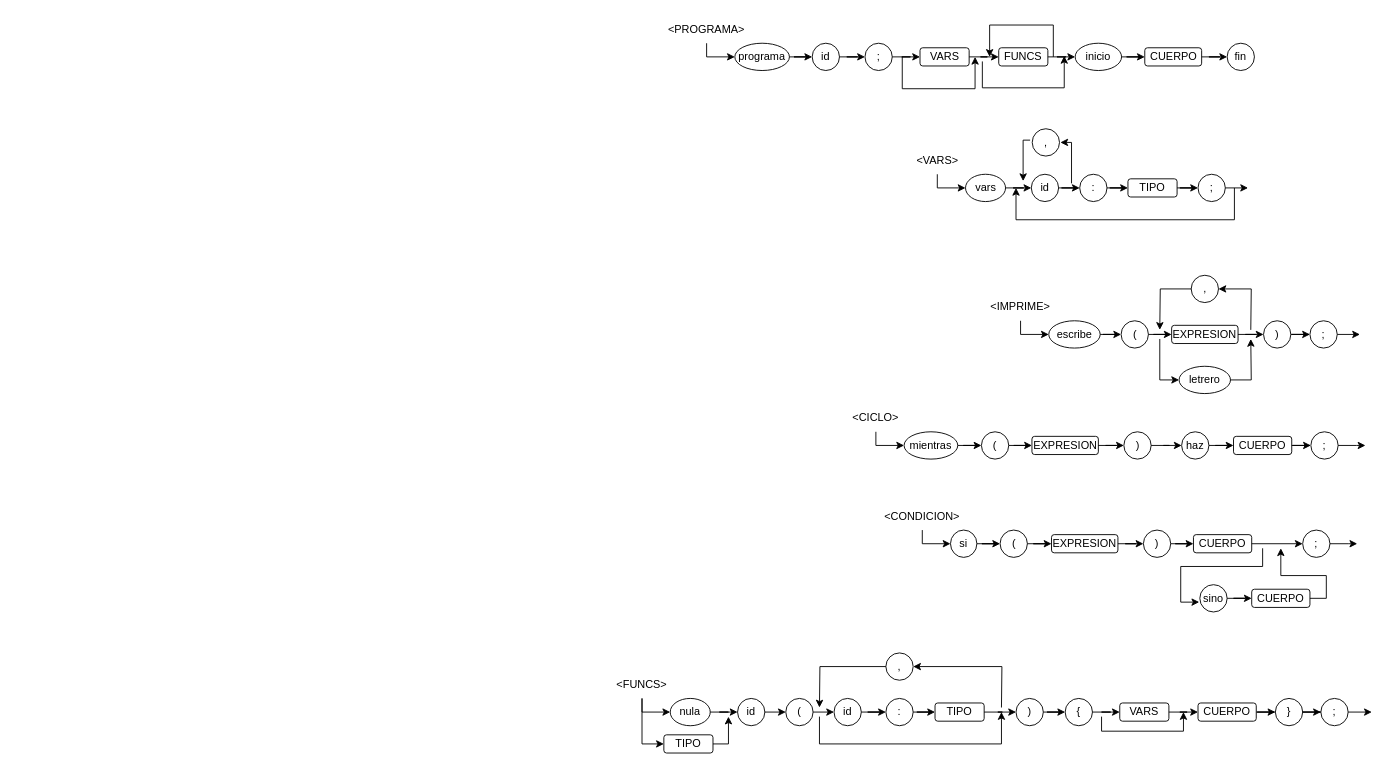
Before: Patito-2/PuntosNeuralgicos.drawio in EduardodeValle/TC3002B.502-Compiladores, a draw.io diagram. Source tidied: cells renumbered, new cells numbered last; positions are measured from the earlier drawing's top-left corner, leaving out a move shared by most shapes. Both pictures are drawn from the tidied source at 91%, with x=0, y=0 at pixel (605, 15).
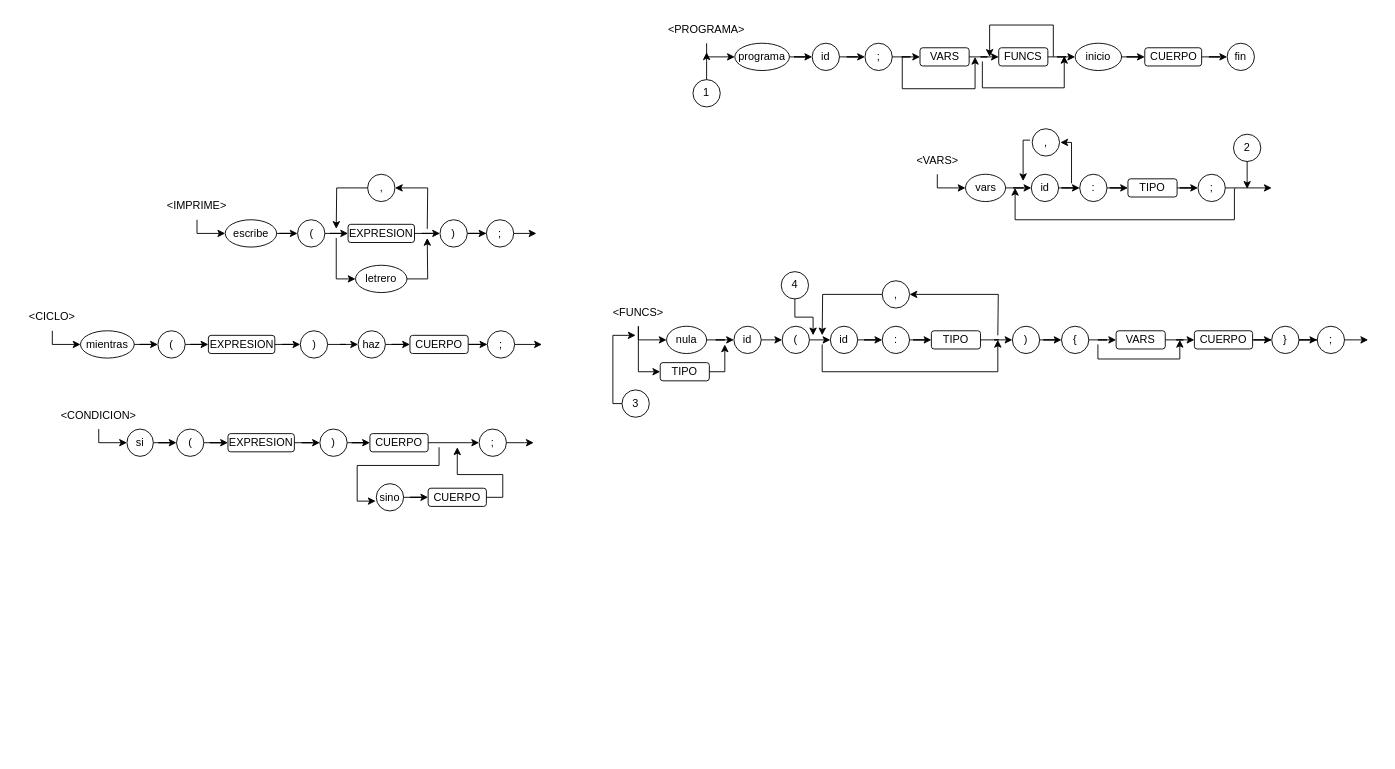
The same diagram, later.

Unchanged cells that the change refers to:
```xml
<mxCell id="102" value=";" style="ellipse;whiteSpace=wrap;html=1;fillColor=none;" parent="1" vertex="1">
  <mxGeometry x="651" y="174" width="30" height="30" as="geometry" />
</mxCell>
```

The edit, as a diff of the source:
```diff
@@
     <mxCell id="3" style="edgeStyle=orthogonalEdgeStyle;rounded=0;jettySize=auto;html=1;entryX=0;entryY=0.5;entryDx=0;entryDy=0;" parent="1" edge="1" source="4" target="8">
       <mxGeometry relative="1" as="geometry">
         <Array as="points">
-          <mxPoint x="40" y="765" />
+          <mxPoint x="36" y="356" />
         </Array>
       </mxGeometry>
     </mxCell>
     <mxCell id="4" value="&amp;lt;FUNCS&amp;gt;" style="rounded=1;whiteSpace=wrap;html=1;fillColor=none;strokeColor=none;" parent="1" vertex="1">
-      <mxGeometry y="720" width="80" height="30" as="geometry" />
+      <mxGeometry x="-4" y="311" width="80" height="30" as="geometry" />
     </mxCell>
     <mxCell id="5" style="edgeStyle=orthogonalEdgeStyle;rounded=0;jettySize=auto;html=1;" parent="1" edge="1" source="6">
       <mxGeometry relative="1" as="geometry">
-        <mxPoint x="135" y="770" as="targetPoint" />
+        <mxPoint x="131" y="361" as="targetPoint" />
         <Array as="points">
-          <mxPoint x="135" y="800" />
-          <mxPoint x="135" y="770" />
+          <mxPoint x="131" y="391" />
+          <mxPoint x="131" y="361" />
         </Array>
       </mxGeometry>
     </mxCell>
     <mxCell id="6" value="TIPO" style="rounded=1;whiteSpace=wrap;html=1;fillColor=none;" parent="1" vertex="1">
-      <mxGeometry x="64" y="790" width="54" height="20" as="geometry" />
+      <mxGeometry x="60" y="381" width="54" height="20" as="geometry" />
     </mxCell>
@@
     <mxCell id="8" value="nula" style="ellipse;whiteSpace=wrap;html=1;fillColor=none;" parent="1" vertex="1">
-      <mxGeometry x="71" y="750" width="44" height="30" as="geometry" />
+      <mxGeometry x="67" y="341" width="44" height="30" as="geometry" />
     </mxCell>
@@
     <mxCell id="10" value="id" style="ellipse;whiteSpace=wrap;html=1;fillColor=none;" parent="1" vertex="1">
-      <mxGeometry x="145" y="750" width="30" height="30" as="geometry" />
+      <mxGeometry x="141" y="341" width="30" height="30" as="geometry" />
     </mxCell>
@@
     <mxCell id="12" style="edgeStyle=orthogonalEdgeStyle;rounded=0;orthogonalLoop=1;jettySize=auto;html=1;" parent="1" edge="1">
       <mxGeometry relative="1" as="geometry">
-        <mxPoint x="235" y="770" as="sourcePoint" />
-        <mxPoint x="435" y="765" as="targetPoint" />
+        <mxPoint x="238" y="361" as="sourcePoint" />
+        <mxPoint x="431" y="356" as="targetPoint" />
         <Array as="points">
-          <mxPoint x="235" y="800" />
-          <mxPoint x="435" y="800" />
+          <mxPoint x="238" y="391" />
+          <mxPoint x="431" y="391" />
         </Array>
       </mxGeometry>
     </mxCell>
     <mxCell id="13" value="(" style="ellipse;whiteSpace=wrap;html=1;fillColor=none;" parent="1" vertex="1">
-      <mxGeometry x="198" y="750" width="30" height="30" as="geometry" />
+      <mxGeometry x="194" y="341" width="30" height="30" as="geometry" />
     </mxCell>
@@
     <mxCell id="15" value="id" style="ellipse;whiteSpace=wrap;html=1;fillColor=none;" parent="1" vertex="1">
-      <mxGeometry x="251" y="750" width="30" height="30" as="geometry" />
+      <mxGeometry x="247" y="341" width="30" height="30" as="geometry" />
     </mxCell>
@@
     <mxCell id="17" value=":" style="ellipse;whiteSpace=wrap;html=1;fillColor=none;" parent="1" vertex="1">
-      <mxGeometry x="308" y="750" width="30" height="30" as="geometry" />
+      <mxGeometry x="304" y="341" width="30" height="30" as="geometry" />
     </mxCell>
@@
     <mxCell id="19" value="TIPO" style="rounded=1;whiteSpace=wrap;html=1;fillColor=none;" parent="1" vertex="1">
-      <mxGeometry x="362" y="755" width="54" height="20" as="geometry" />
+      <mxGeometry x="358" y="346" width="54" height="20" as="geometry" />
     </mxCell>
     <mxCell id="20" style="edgeStyle=orthogonalEdgeStyle;rounded=0;jettySize=auto;html=1;endArrow=none;endFill=0;startArrow=classic;startFill=1;" parent="1" edge="1" source="22">
       <mxGeometry relative="1" as="geometry">
-        <mxPoint x="435" y="760" as="targetPoint" />
+        <mxPoint x="431" y="351" as="targetPoint" />
       </mxGeometry>
     </mxCell>
     <mxCell id="21" style="edgeStyle=orthogonalEdgeStyle;rounded=0;jettySize=auto;html=1;" parent="1" edge="1" source="22">
       <mxGeometry relative="1" as="geometry">
-        <mxPoint x="235" y="760" as="targetPoint" />
+        <mxPoint x="238" y="351" as="targetPoint" />
       </mxGeometry>
     </mxCell>
     <mxCell id="22" value="," style="ellipse;whiteSpace=wrap;html=1;fillColor=none;" parent="1" vertex="1">
-      <mxGeometry x="308" y="700" width="30" height="30" as="geometry" />
+      <mxGeometry x="304" y="291" width="30" height="30" as="geometry" />
     </mxCell>
@@
     <mxCell id="24" value=")" style="ellipse;whiteSpace=wrap;html=1;fillColor=none;" parent="1" vertex="1">
-      <mxGeometry x="451" y="750" width="30" height="30" as="geometry" />
+      <mxGeometry x="447" y="341" width="30" height="30" as="geometry" />
     </mxCell>
@@
     <mxCell id="26" value="{" style="ellipse;whiteSpace=wrap;html=1;fillColor=none;" parent="1" vertex="1">
-      <mxGeometry x="505" y="750" width="30" height="30" as="geometry" />
+      <mxGeometry x="501" y="341" width="30" height="30" as="geometry" />
     </mxCell>
@@
     <mxCell id="28" style="edgeStyle=orthogonalEdgeStyle;rounded=0;orthogonalLoop=1;jettySize=auto;html=1;" parent="1" edge="1">
       <mxGeometry relative="1" as="geometry">
-        <mxPoint x="545" y="770" as="sourcePoint" />
-        <mxPoint x="635" y="765" as="targetPoint" />
+        <mxPoint x="541" y="361" as="sourcePoint" />
+        <mxPoint x="631" y="356" as="targetPoint" />
         <Array as="points">
-          <mxPoint x="545" y="786" />
-          <mxPoint x="635" y="786" />
+          <mxPoint x="541" y="377" />
+          <mxPoint x="631" y="377" />
         </Array>
       </mxGeometry>
     </mxCell>
     <mxCell id="29" value="VARS" style="rounded=1;whiteSpace=wrap;html=1;fillColor=none;" parent="1" vertex="1">
-      <mxGeometry x="565" y="755" width="54" height="20" as="geometry" />
+      <mxGeometry x="561" y="346" width="54" height="20" as="geometry" />
     </mxCell>
@@
     <mxCell id="31" value="CUERPO" style="rounded=1;whiteSpace=wrap;html=1;fillColor=none;" parent="1" vertex="1">
-      <mxGeometry x="651" y="755" width="64" height="20" as="geometry" />
+      <mxGeometry x="647" y="346" width="64" height="20" as="geometry" />
     </mxCell>
@@
     <mxCell id="33" value="}" style="ellipse;whiteSpace=wrap;html=1;fillColor=none;" parent="1" vertex="1">
-      <mxGeometry x="736" y="750" width="30" height="30" as="geometry" />
+      <mxGeometry x="732" y="341" width="30" height="30" as="geometry" />
     </mxCell>
     <mxCell id="34" style="edgeStyle=orthogonalEdgeStyle;rounded=0;jettySize=auto;html=1;" parent="1" edge="1" source="35">
       <mxGeometry relative="1" as="geometry">
-        <mxPoint x="842" y="765" as="targetPoint" />
+        <mxPoint x="838" y="356" as="targetPoint" />
       </mxGeometry>
     </mxCell>
     <mxCell id="35" value=";" style="ellipse;whiteSpace=wrap;html=1;fillColor=none;" parent="1" vertex="1">
-      <mxGeometry x="786" y="750" width="30" height="30" as="geometry" />
+      <mxGeometry x="782" y="341" width="30" height="30" as="geometry" />
     </mxCell>
     <mxCell id="36" style="edgeStyle=orthogonalEdgeStyle;rounded=0;jettySize=auto;html=1;entryX=0;entryY=0.5;entryDx=0;entryDy=0;" parent="1" edge="1" source="37" target="42">
       <mxGeometry relative="1" as="geometry">
         <Array as="points">
-          <mxPoint x="456" y="350" />
+          <mxPoint x="-449" y="239" />
         </Array>
       </mxGeometry>
     </mxCell>
     <mxCell id="37" value="&amp;lt;IMPRIME&amp;gt;" style="rounded=1;whiteSpace=wrap;html=1;fillColor=none;strokeColor=none;" parent="1" vertex="1">
-      <mxGeometry x="416" y="305" width="80" height="30" as="geometry" />
+      <mxGeometry x="-489" y="194" width="80" height="30" as="geometry" />
     </mxCell>
@@
     <mxCell id="39" value="EXPRESION" style="rounded=1;whiteSpace=wrap;html=1;fillColor=none;" parent="1" vertex="1">
-      <mxGeometry x="622" y="340" width="73" height="20" as="geometry" />
+      <mxGeometry x="-283" y="229" width="73" height="20" as="geometry" />
     </mxCell>
@@
     <mxCell id="41" style="edgeStyle=orthogonalEdgeStyle;rounded=0;jettySize=auto;html=1;entryX=0;entryY=0.5;entryDx=0;entryDy=0;" parent="1" edge="1" target="53">
       <mxGeometry relative="1" as="geometry">
-        <mxPoint x="609" y="355" as="sourcePoint" />
+        <mxPoint x="-296" y="244" as="sourcePoint" />
         <Array as="points">
-          <mxPoint x="609" y="400" />
+          <mxPoint x="-296" y="289" />
         </Array>
       </mxGeometry>
     </mxCell>
     <mxCell id="42" value="escribe" style="ellipse;whiteSpace=wrap;html=1;fillColor=none;" parent="1" vertex="1">
-      <mxGeometry x="487" y="335" width="56.5" height="30" as="geometry" />
+      <mxGeometry x="-418" y="224" width="56.5" height="30" as="geometry" />
     </mxCell>
@@
     <mxCell id="44" value="(" style="ellipse;whiteSpace=wrap;html=1;fillColor=none;" parent="1" vertex="1">
-      <mxGeometry x="566.5" y="335" width="30" height="30" as="geometry" />
+      <mxGeometry x="-338.5" y="224" width="30" height="30" as="geometry" />
     </mxCell>
@@
     <mxCell id="46" value=")" style="ellipse;whiteSpace=wrap;html=1;fillColor=none;" parent="1" vertex="1">
-      <mxGeometry x="723" y="335" width="30" height="30" as="geometry" />
+      <mxGeometry x="-182" y="224" width="30" height="30" as="geometry" />
     </mxCell>
     <mxCell id="47" style="edgeStyle=orthogonalEdgeStyle;rounded=0;jettySize=auto;html=1;" parent="1" edge="1" source="48">
       <mxGeometry relative="1" as="geometry">
-        <mxPoint x="829" y="350" as="targetPoint" />
+        <mxPoint x="-76" y="239" as="targetPoint" />
       </mxGeometry>
     </mxCell>
     <mxCell id="48" value=";" style="ellipse;whiteSpace=wrap;html=1;fillColor=none;" parent="1" vertex="1">
-      <mxGeometry x="774" y="335" width="30" height="30" as="geometry" />
+      <mxGeometry x="-131" y="224" width="30" height="30" as="geometry" />
     </mxCell>
     <mxCell id="49" style="edgeStyle=orthogonalEdgeStyle;rounded=0;jettySize=auto;html=1;exitX=1;exitY=0.5;exitDx=0;exitDy=0;endArrow=none;endFill=0;startArrow=classic;startFill=1;" parent="1" edge="1" source="51">
       <mxGeometry relative="1" as="geometry">
-        <mxPoint x="709" y="345" as="targetPoint" />
+        <mxPoint x="-196" y="234" as="targetPoint" />
       </mxGeometry>
     </mxCell>
     <mxCell id="50" style="edgeStyle=orthogonalEdgeStyle;rounded=0;jettySize=auto;html=1;" parent="1" edge="1" source="51">
       <mxGeometry relative="1" as="geometry">
-        <mxPoint x="609" y="345" as="targetPoint" />
+        <mxPoint x="-296" y="234" as="targetPoint" />
       </mxGeometry>
     </mxCell>
     <mxCell id="51" value="," style="ellipse;whiteSpace=wrap;html=1;fillColor=none;" parent="1" vertex="1">
-      <mxGeometry x="643.5" y="285" width="30" height="30" as="geometry" />
+      <mxGeometry x="-261.5" y="174" width="30" height="30" as="geometry" />
     </mxCell>
     <mxCell id="52" style="edgeStyle=orthogonalEdgeStyle;rounded=0;jettySize=auto;html=1;" parent="1" edge="1" source="53">
       <mxGeometry relative="1" as="geometry">
-        <mxPoint x="709" y="355" as="targetPoint" />
+        <mxPoint x="-196" y="244" as="targetPoint" />
       </mxGeometry>
     </mxCell>
     <mxCell id="53" value="letrero" style="ellipse;whiteSpace=wrap;html=1;fillColor=none;" parent="1" vertex="1">
-      <mxGeometry x="630.2" y="385" width="56.5" height="30" as="geometry" />
+      <mxGeometry x="-274.8" y="274" width="56.5" height="30" as="geometry" />
     </mxCell>
     <mxCell id="54" style="edgeStyle=orthogonalEdgeStyle;rounded=0;jettySize=auto;html=1;entryX=0;entryY=0.5;entryDx=0;entryDy=0;" parent="1" edge="1" source="55" target="57">
       <mxGeometry relative="1" as="geometry">
         <Array as="points">
-          <mxPoint x="297" y="472" />
+          <mxPoint x="-608" y="361" />
         </Array>
       </mxGeometry>
     </mxCell>
     <mxCell id="55" value="&amp;lt;CICLO&amp;gt;" style="rounded=1;whiteSpace=wrap;html=1;fillColor=none;strokeColor=none;" parent="1" vertex="1">
-      <mxGeometry x="257" y="427" width="80" height="30" as="geometry" />
+      <mxGeometry x="-648" y="316" width="80" height="30" as="geometry" />
     </mxCell>
@@
     <mxCell id="57" value="mientras" style="ellipse;whiteSpace=wrap;html=1;fillColor=none;" parent="1" vertex="1">
-      <mxGeometry x="328" y="457" width="59" height="30" as="geometry" />
+      <mxGeometry x="-577" y="346" width="59" height="30" as="geometry" />
     </mxCell>
@@
     <mxCell id="59" value="EXPRESION" style="rounded=1;whiteSpace=wrap;html=1;fillColor=none;" parent="1" vertex="1">
-      <mxGeometry x="468.5" y="462" width="73" height="20" as="geometry" />
+      <mxGeometry x="-436.5" y="351" width="73" height="20" as="geometry" />
     </mxCell>
@@
     <mxCell id="61" value="(" style="ellipse;whiteSpace=wrap;html=1;fillColor=none;" parent="1" vertex="1">
-      <mxGeometry x="413" y="457" width="30" height="30" as="geometry" />
+      <mxGeometry x="-492" y="346" width="30" height="30" as="geometry" />
     </mxCell>
@@
     <mxCell id="63" value=")" style="ellipse;whiteSpace=wrap;html=1;fillColor=none;" parent="1" vertex="1">
-      <mxGeometry x="569.5" y="457" width="30" height="30" as="geometry" />
+      <mxGeometry x="-335.5" y="346" width="30" height="30" as="geometry" />
     </mxCell>
@@
     <mxCell id="65" value="haz" style="ellipse;whiteSpace=wrap;html=1;fillColor=none;" parent="1" vertex="1">
-      <mxGeometry x="633" y="457" width="30" height="30" as="geometry" />
+      <mxGeometry x="-272" y="346" width="30" height="30" as="geometry" />
     </mxCell>
@@
     <mxCell id="67" value="CUERPO" style="rounded=1;whiteSpace=wrap;html=1;fillColor=none;" parent="1" vertex="1">
-      <mxGeometry x="690" y="462" width="64" height="20" as="geometry" />
+      <mxGeometry x="-215" y="351" width="64" height="20" as="geometry" />
     </mxCell>
     <mxCell id="68" style="edgeStyle=orthogonalEdgeStyle;rounded=0;jettySize=auto;html=1;" parent="1" edge="1" source="69">
       <mxGeometry relative="1" as="geometry">
-        <mxPoint x="835" y="472" as="targetPoint" />
+        <mxPoint x="-70" y="361" as="targetPoint" />
       </mxGeometry>
     </mxCell>
     <mxCell id="69" value=";" style="ellipse;whiteSpace=wrap;html=1;fillColor=none;" parent="1" vertex="1">
-      <mxGeometry x="775" y="457" width="30" height="30" as="geometry" />
+      <mxGeometry x="-130" y="346" width="30" height="30" as="geometry" />
     </mxCell>
     <mxCell id="70" style="edgeStyle=orthogonalEdgeStyle;rounded=0;jettySize=auto;html=1;entryX=0;entryY=0.5;entryDx=0;entryDy=0;" parent="1" edge="1" source="71" target="73">
       <mxGeometry relative="1" as="geometry">
         <Array as="points">
-          <mxPoint x="348" y="580" />
+          <mxPoint x="-557" y="469" />
         </Array>
       </mxGeometry>
     </mxCell>
     <mxCell id="71" value="&amp;lt;CONDICION&amp;gt;" style="rounded=1;whiteSpace=wrap;html=1;fillColor=none;strokeColor=none;" parent="1" vertex="1">
-      <mxGeometry x="308" y="535" width="80" height="30" as="geometry" />
+      <mxGeometry x="-597" y="424" width="80" height="30" as="geometry" />
     </mxCell>
@@
     <mxCell id="73" value="si" style="ellipse;whiteSpace=wrap;html=1;fillColor=none;" parent="1" vertex="1">
-      <mxGeometry x="379" y="565" width="29" height="30" as="geometry" />
+      <mxGeometry x="-526" y="454" width="29" height="30" as="geometry" />
     </mxCell>
@@
     <mxCell id="75" value="(" style="ellipse;whiteSpace=wrap;html=1;fillColor=none;" parent="1" vertex="1">
-      <mxGeometry x="433.5" y="565" width="30" height="30" as="geometry" />
+      <mxGeometry x="-471.5" y="454" width="30" height="30" as="geometry" />
     </mxCell>
@@
     <mxCell id="77" value="EXPRESION" style="rounded=1;whiteSpace=wrap;html=1;fillColor=none;" parent="1" vertex="1">
-      <mxGeometry x="490" y="570" width="73" height="20" as="geometry" />
+      <mxGeometry x="-415" y="459" width="73" height="20" as="geometry" />
     </mxCell>
@@
     <mxCell id="79" value=")" style="ellipse;whiteSpace=wrap;html=1;fillColor=none;" parent="1" vertex="1">
-      <mxGeometry x="591" y="565" width="30" height="30" as="geometry" />
+      <mxGeometry x="-314" y="454" width="30" height="30" as="geometry" />
     </mxCell>
@@
     <mxCell id="81" value="CUERPO" style="rounded=1;whiteSpace=wrap;html=1;fillColor=none;" parent="1" vertex="1">
-      <mxGeometry x="646" y="570" width="64" height="20" as="geometry" />
+      <mxGeometry x="-259" y="459" width="64" height="20" as="geometry" />
     </mxCell>
     <mxCell id="82" style="edgeStyle=orthogonalEdgeStyle;rounded=0;jettySize=auto;html=1;" parent="1" edge="1" source="83">
       <mxGeometry relative="1" as="geometry">
-        <mxPoint x="826" y="580" as="targetPoint" />
+        <mxPoint x="-79" y="469" as="targetPoint" />
       </mxGeometry>
     </mxCell>
     <mxCell id="83" value=";" style="ellipse;whiteSpace=wrap;html=1;fillColor=none;" parent="1" vertex="1">
-      <mxGeometry x="766" y="565" width="30" height="30" as="geometry" />
+      <mxGeometry x="-139" y="454" width="30" height="30" as="geometry" />
     </mxCell>
@@
     <mxCell id="85" value="sino" style="ellipse;whiteSpace=wrap;html=1;fillColor=none;" parent="1" vertex="1">
-      <mxGeometry x="653" y="625" width="30" height="30" as="geometry" />
+      <mxGeometry x="-252" y="514" width="30" height="30" as="geometry" />
     </mxCell>
     <mxCell id="86" style="edgeStyle=orthogonalEdgeStyle;rounded=0;jettySize=auto;html=1;exitX=1;exitY=0.5;exitDx=0;exitDy=0;" parent="1" edge="1" source="87">
       <mxGeometry relative="1" as="geometry">
-        <mxPoint x="742" y="585" as="targetPoint" />
+        <mxPoint x="-163" y="474" as="targetPoint" />
         <Array as="points">
-          <mxPoint x="792" y="640" />
-          <mxPoint x="792" y="615" />
-          <mxPoint x="742" y="615" />
+          <mxPoint x="-113" y="529" />
+          <mxPoint x="-113" y="504" />
+          <mxPoint x="-163" y="504" />
         </Array>
       </mxGeometry>
     </mxCell>
     <mxCell id="87" value="CUERPO" style="rounded=1;whiteSpace=wrap;html=1;fillColor=none;" parent="1" vertex="1">
-      <mxGeometry x="710" y="630" width="64" height="20" as="geometry" />
+      <mxGeometry x="-195" y="519" width="64" height="20" as="geometry" />
     </mxCell>
     <mxCell id="88" style="edgeStyle=orthogonalEdgeStyle;rounded=0;jettySize=auto;html=1;entryX=-0.022;entryY=0.639;entryDx=0;entryDy=0;entryPerimeter=0;" parent="1" edge="1" target="85">
       <mxGeometry relative="1" as="geometry">
-        <mxPoint x="722" y="585" as="sourcePoint" />
+        <mxPoint x="-183" y="474" as="sourcePoint" />
         <Array as="points">
-          <mxPoint x="722" y="605" />
-          <mxPoint x="632" y="605" />
-          <mxPoint x="632" y="644" />
+          <mxPoint x="-183" y="494" />
+          <mxPoint x="-273" y="494" />
+          <mxPoint x="-273" y="533" />
         </Array>
       </mxGeometry>
     </mxCell>
@@
     <mxCell id="100" style="edgeStyle=orthogonalEdgeStyle;rounded=0;jettySize=auto;html=1;" parent="1" edge="1" source="102">
       <mxGeometry relative="1" as="geometry">
-        <mxPoint x="706" y="189" as="targetPoint" />
+        <mxPoint x="732" y="189" as="targetPoint" />
+        <Array as="points">
+          <mxPoint x="732" y="189" />
+        </Array>
       </mxGeometry>
     </mxCell>
     <mxCell id="101" style="edgeStyle=orthogonalEdgeStyle;rounded=0;orthogonalLoop=1;jettySize=auto;html=1;" parent="1" edge="1">
       <mxGeometry relative="1" as="geometry">
-        <mxPoint x="691" y="189" as="sourcePoint" />
-        <mxPoint x="451" y="189" as="targetPoint" />
+        <mxPoint x="692" y="190" as="sourcePoint" />
+        <mxPoint x="450" y="189" as="targetPoint" />
         <Array as="points">
           <mxPoint x="691" y="224" />
-          <mxPoint x="451" y="224" />
+          <mxPoint x="450" y="224" />
         </Array>
       </mxGeometry>
     </mxCell>
@@
+    <mxCell id="125" style="edgeStyle=orthogonalEdgeStyle;rounded=0;jettySize=auto;html=1;strokeColor=light-dark(#000000,#FF6666);" parent="1" edge="1" source="126">
+      <mxGeometry relative="1" as="geometry">
+        <mxPoint x="111" y="40" as="targetPoint" />
+      </mxGeometry>
+    </mxCell>
+    <mxCell id="126" value="1" style="ellipse;whiteSpace=wrap;html=1;fillColor=none;strokeColor=light-dark(#000000,#FF6666);fontColor=light-dark(#000000,#FF6666);" parent="1" vertex="1">
+      <mxGeometry x="96" y="70" width="30" height="30" as="geometry" />
+    </mxCell>
+    <mxCell id="127" style="edgeStyle=orthogonalEdgeStyle;rounded=0;jettySize=auto;html=1;strokeColor=light-dark(#000000,#FF6666);" parent="1" edge="1" source="128">
+      <mxGeometry relative="1" as="geometry">
+        <mxPoint x="705" y="190" as="targetPoint" />
+      </mxGeometry>
+    </mxCell>
+    <mxCell id="128" value="2" style="ellipse;whiteSpace=wrap;html=1;fillColor=none;strokeColor=light-dark(#000000,#FF6666);fontColor=light-dark(#000000,#FF6666);" parent="1" vertex="1">
+      <mxGeometry x="690" y="130" width="30" height="30" as="geometry" />
+    </mxCell>
+    <mxCell id="129" style="edgeStyle=orthogonalEdgeStyle;rounded=0;jettySize=auto;html=1;strokeColor=light-dark(#000000,#FF6666);" parent="1" edge="1" source="130">
+      <mxGeometry relative="1" as="geometry">
+        <mxPoint x="33" y="351" as="targetPoint" />
+        <Array as="points">
+          <mxPoint x="8" y="426" />
+          <mxPoint x="8" y="351" />
+        </Array>
+      </mxGeometry>
+    </mxCell>
+    <mxCell id="130" value="3" style="ellipse;whiteSpace=wrap;html=1;fillColor=none;strokeColor=light-dark(#000000,#FF6666);fontColor=light-dark(#000000,#FF6666);" parent="1" vertex="1">
+      <mxGeometry x="18" y="411" width="30" height="30" as="geometry" />
+    </mxCell>
+    <mxCell id="131" style="edgeStyle=orthogonalEdgeStyle;rounded=0;jettySize=auto;html=1;strokeColor=light-dark(#000000,#FF6666);" parent="1" edge="1" source="132">
+      <mxGeometry relative="1" as="geometry">
+        <mxPoint x="228" y="351" as="targetPoint" />
+        <Array as="points">
+          <mxPoint x="208" y="331" />
+          <mxPoint x="228" y="331" />
+        </Array>
+      </mxGeometry>
+    </mxCell>
+    <mxCell id="132" value="4" style="ellipse;whiteSpace=wrap;html=1;fillColor=none;strokeColor=light-dark(#000000,#FF6666);fontColor=light-dark(#000000,#FF6666);" parent="1" vertex="1">
+      <mxGeometry x="193" y="281" width="30" height="30" as="geometry" />
+    </mxCell>
```
